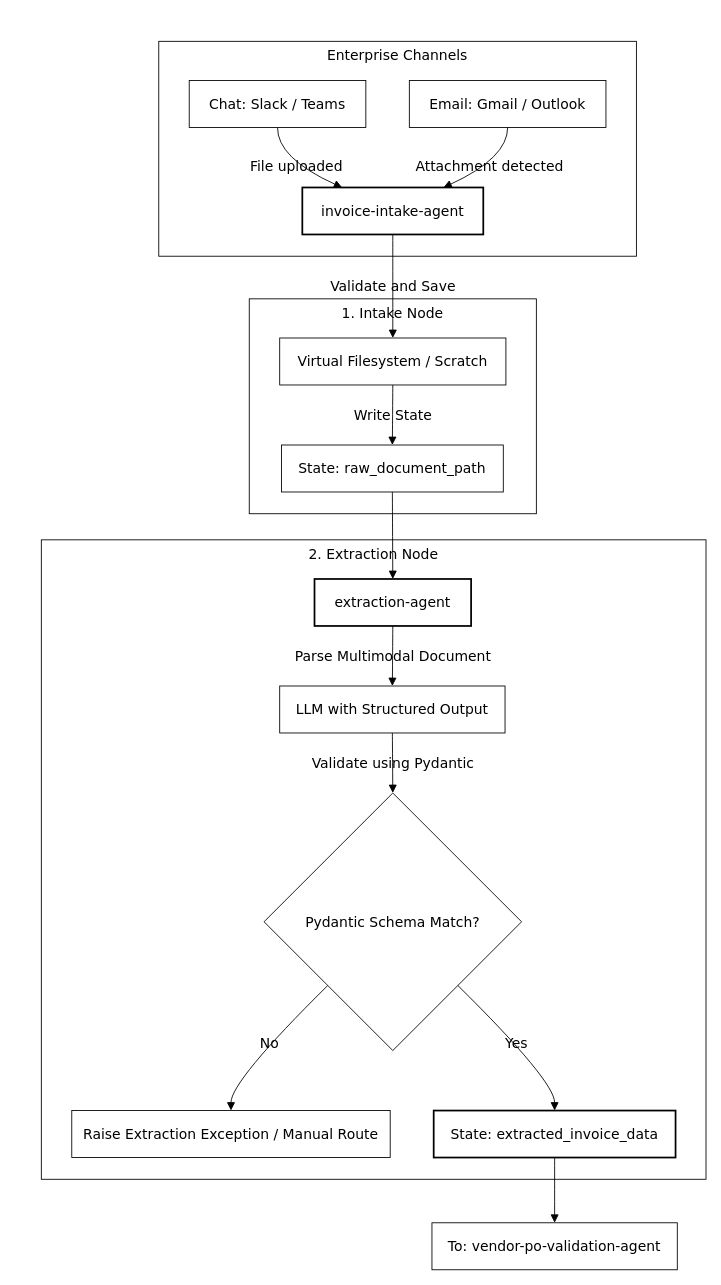
The draw.io diagram Untitled Diagram.drawio in dev-samar/agentic-ap-workforce, before the edit. Source tidied: cells renumbered, new cells numbered last; positions are measured from the earlier drawing's top-left corner, leaving out a move shared by most shapes. Both pictures are drawn from the tidied source at 87%, with x=0, y=0 at pixel (15, 15).
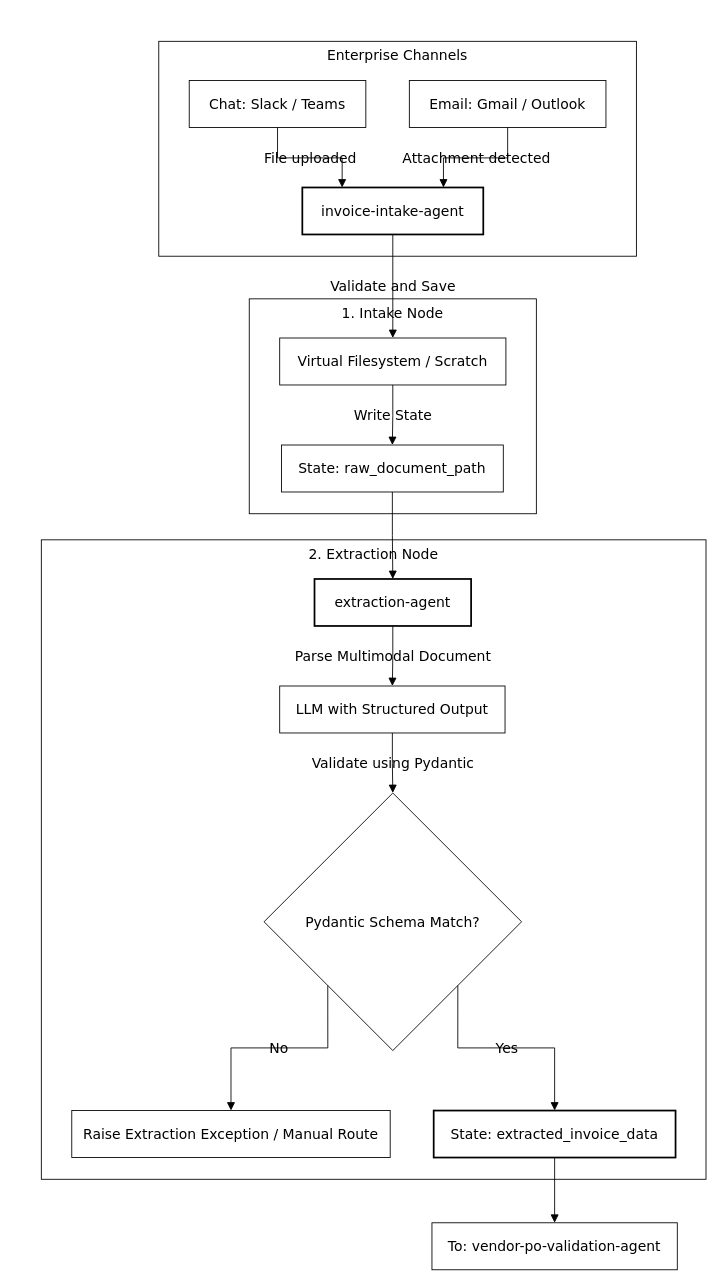
After the change.

Unchanged cells that the change refers to:
```xml
<mxCell id="2" style="group;transparentBounds=1;editIcon=1;lockedGroup=0;groupPadding=10;noLabel=0;labelBackgroundColor=none;" parent="1" vertex="1">
  <mxGeometry as="geometry" />
</mxCell>
<mxCell id="3" value="Enterprise Channels" style="html=1;whiteSpace=wrap;strokeWidth=1;verticalAlign=top;fontFamily=Trebuchet MS,Verdana,Arial,sans-serif;fontSize=16;labelBackgroundColor=none;" parent="2" vertex="1">
  <mxGeometry x="165" y="30" width="549" height="247" as="geometry" />
</mxCell>
<mxCell id="4" value="Email: Gmail / Outlook" style="html=1;whiteSpace=wrap;strokeWidth=1;fontFamily=Trebuchet MS,Verdana,Arial,sans-serif;fontSize=16;labelBackgroundColor=none;" parent="3" vertex="1">
  <mxGeometry x="288" y="45" width="226" height="54" as="geometry" />
</mxCell>
<mxCell id="5" value="invoice-intake-agent" style="html=1;whiteSpace=wrap;strokeWidth=2;fontFamily=Trebuchet MS,Verdana,Arial,sans-serif;fontSize=16;labelBackgroundColor=none;" parent="3" vertex="1">
  <mxGeometry x="165" y="168" width="208" height="54" as="geometry" />
</mxCell>
<mxCell id="6" value="Chat: Slack / Teams" style="html=1;whiteSpace=wrap;strokeWidth=1;fontFamily=Trebuchet MS,Verdana,Arial,sans-serif;fontSize=16;labelBackgroundColor=none;" parent="3" vertex="1">
  <mxGeometry x="35" y="45" width="203" height="54" as="geometry" />
</mxCell>
<mxCell id="9" value="1. Intake Node" style="html=1;whiteSpace=wrap;strokeWidth=1;verticalAlign=top;fontFamily=Trebuchet MS,Verdana,Arial,sans-serif;fontSize=16;labelBackgroundColor=none;" parent="2" vertex="1">
  <mxGeometry x="269" y="326" width="330" height="247" as="geometry" />
</mxCell>
<mxCell id="10" value="Virtual Filesystem / Scratch" style="html=1;whiteSpace=wrap;strokeWidth=1;fontFamily=Trebuchet MS,Verdana,Arial,sans-serif;fontSize=16;labelBackgroundColor=none;" parent="9" vertex="1">
  <mxGeometry x="35" y="45" width="260" height="54" as="geometry" />
</mxCell>
<mxCell id="11" value="State: raw_document_path" style="html=1;whiteSpace=wrap;strokeWidth=1;fontFamily=Trebuchet MS,Verdana,Arial,sans-serif;fontSize=16;labelBackgroundColor=none;" parent="9" vertex="1">
  <mxGeometry x="37" y="168" width="255" height="54" as="geometry" />
</mxCell>
<mxCell id="13" value="2. Extraction Node" style="html=1;whiteSpace=wrap;strokeWidth=1;verticalAlign=top;fontFamily=Trebuchet MS,Verdana,Arial,sans-serif;fontSize=16;labelBackgroundColor=none;" parent="2" vertex="1">
  <mxGeometry x="30" y="603" width="764" height="735" as="geometry" />
</mxCell>
<mxCell id="14" value="extraction-agent" style="html=1;whiteSpace=wrap;strokeWidth=2;fontFamily=Trebuchet MS,Verdana,Arial,sans-serif;fontSize=16;labelBackgroundColor=none;" parent="13" vertex="1">
  <mxGeometry x="314" y="45" width="180" height="54" as="geometry" />
</mxCell>
<mxCell id="15" value="LLM with Structured Output" style="html=1;whiteSpace=wrap;strokeWidth=1;fontFamily=Trebuchet MS,Verdana,Arial,sans-serif;fontSize=16;labelBackgroundColor=none;" parent="13" vertex="1">
  <mxGeometry x="274" y="168" width="259" height="54" as="geometry" />
</mxCell>
<mxCell id="16" value="Pydantic Schema Match?" style="rhombus;html=1;strokeWidth=1;whiteSpace=wrap;fontFamily=Trebuchet MS,Verdana,Arial,sans-serif;fontSize=16;labelBackgroundColor=none;" parent="13" vertex="1">
  <mxGeometry x="256" y="291" width="296" height="296" as="geometry" />
</mxCell>
<mxCell id="17" value="State: extracted_invoice_data" style="html=1;whiteSpace=wrap;strokeWidth=2;fontFamily=Trebuchet MS,Verdana,Arial,sans-serif;fontSize=16;labelBackgroundColor=none;" parent="13" vertex="1">
  <mxGeometry x="451" y="656" width="278" height="54" as="geometry" />
</mxCell>
<mxCell id="18" value="Raise Extraction Exception / Manual Route" style="html=1;whiteSpace=wrap;strokeWidth=1;fontFamily=Trebuchet MS,Verdana,Arial,sans-serif;fontSize=16;labelBackgroundColor=none;" parent="13" vertex="1">
  <mxGeometry x="35" y="656" width="366" height="54" as="geometry" />
</mxCell>
<mxCell id="23" value="To: vendor-po-validation-agent" style="html=1;whiteSpace=wrap;strokeWidth=1;fontFamily=Trebuchet MS,Verdana,Arial,sans-serif;fontSize=16;labelBackgroundColor=none;" parent="2" vertex="1">
  <mxGeometry x="479" y="1388" width="282" height="54" as="geometry" />
</mxCell>
```

The edit, as a diff of the source:
```diff
@@
-    <mxCell id="7" value="Attachment detected" style="curved=1;startArrow=none;endArrow=block;endSize=7;html=1;fontSize=16;labelBackgroundColor=none;fontFamily=Trebuchet MS,Verdana,Arial,sans-serif;fontColor=default;exitX=0.5;exitY=1;entryX=0.78;entryY=0;rounded=0;" parent="3" edge="1" source="4" target="5">
+    <mxCell id="7" value="Attachment detected" style="curved=0;startArrow=none;endArrow=block;endSize=7;html=1;fontSize=16;labelBackgroundColor=none;fontFamily=Trebuchet MS,Verdana,Arial,sans-serif;fontColor=default;exitX=0.5;exitY=1;entryX=0.78;entryY=0;rounded=0;edgeStyle=orthogonalEdgeStyle;" parent="3" edge="1" source="4" target="5">
       <mxGeometry relative="1" as="geometry">
         <Array as="points">
           <mxPoint x="401" y="134" />
+          <mxPoint x="327" y="134" />
         </Array>
       </mxGeometry>
     </mxCell>
-    <mxCell id="8" value="File uploaded" style="curved=1;startArrow=none;endArrow=block;endSize=7;html=1;fontSize=16;labelBackgroundColor=none;fontFamily=Trebuchet MS,Verdana,Arial,sans-serif;fontColor=default;exitX=0.5;exitY=1;entryX=0.22;entryY=0;rounded=0;" parent="3" edge="1" source="6" target="5">
+    <mxCell id="8" value="File uploaded" style="curved=0;startArrow=none;endArrow=block;endSize=7;html=1;fontSize=16;labelBackgroundColor=none;fontFamily=Trebuchet MS,Verdana,Arial,sans-serif;fontColor=default;exitX=0.5;exitY=1;entryX=0.22;entryY=0;rounded=0;edgeStyle=orthogonalEdgeStyle;" parent="3" edge="1" source="6" target="5">
       <mxGeometry relative="1" as="geometry">
         <Array as="points">
-          <mxPoint x="136" y="134" />
+          <mxPoint x="137" y="134" />
+          <mxPoint x="211" y="134" />
         </Array>
       </mxGeometry>
     </mxCell>
@@
-    <mxCell id="12" value="Write State" style="curved=1;startArrow=none;endArrow=block;endSize=7;html=1;fontSize=16;labelBackgroundColor=none;fontFamily=Trebuchet MS,Verdana,Arial,sans-serif;fontColor=default;exitX=0.5;exitY=1;entryX=0.5;entryY=0;rounded=0;" parent="9" edge="1" source="10" target="11">
-      <mxGeometry relative="1" as="geometry" />
+    <mxCell id="12" value="Write State" style="curved=0;startArrow=none;endArrow=block;endSize=7;html=1;fontSize=16;labelBackgroundColor=none;fontFamily=Trebuchet MS,Verdana,Arial,sans-serif;fontColor=default;exitX=0.5;exitY=1;entryX=0.5;entryY=0;rounded=0;edgeStyle=orthogonalEdgeStyle;" parent="9" edge="1" source="10" target="11">
+      <mxGeometry relative="1" as="geometry">
+        <Array as="points">
+          <mxPoint x="165" y="134" />
+          <mxPoint x="165" y="134" />
+        </Array>
+      </mxGeometry>
     </mxCell>
@@
-    <mxCell id="19" value="Parse Multimodal Document" style="curved=1;startArrow=none;endArrow=block;endSize=7;html=1;fontSize=16;labelBackgroundColor=none;fontFamily=Trebuchet MS,Verdana,Arial,sans-serif;fontColor=default;exitX=0.5;exitY=1;entryX=0.5;entryY=0;rounded=0;" parent="13" edge="1" source="14" target="15">
-      <mxGeometry relative="1" as="geometry" />
+    <mxCell id="19" value="Parse Multimodal Document" style="curved=0;startArrow=none;endArrow=block;endSize=7;html=1;fontSize=16;labelBackgroundColor=none;fontFamily=Trebuchet MS,Verdana,Arial,sans-serif;fontColor=default;exitX=0.5;exitY=1;entryX=0.5;entryY=0;rounded=0;edgeStyle=orthogonalEdgeStyle;" parent="13" edge="1" source="14" target="15">
+      <mxGeometry relative="1" as="geometry">
+        <Array as="points">
+          <mxPoint x="404" y="134" />
+          <mxPoint x="404" y="134" />
+        </Array>
+      </mxGeometry>
     </mxCell>
-    <mxCell id="20" value="Validate using Pydantic" style="curved=1;startArrow=none;endArrow=block;endSize=7;html=1;fontSize=16;labelBackgroundColor=none;fontFamily=Trebuchet MS,Verdana,Arial,sans-serif;fontColor=default;exitX=0.5;exitY=1;entryX=0.5;entryY=0;rounded=0;" parent="13" edge="1" source="15" target="16">
-      <mxGeometry relative="1" as="geometry" />
+    <mxCell id="20" value="Validate using Pydantic" style="curved=0;startArrow=none;endArrow=block;endSize=7;html=1;fontSize=16;labelBackgroundColor=none;fontFamily=Trebuchet MS,Verdana,Arial,sans-serif;fontColor=default;exitX=0.5;exitY=1;entryX=0.5;entryY=0;rounded=0;edgeStyle=orthogonalEdgeStyle;" parent="13" edge="1" source="15" target="16">
+      <mxGeometry relative="1" as="geometry">
+        <Array as="points">
+          <mxPoint x="404" y="257" />
+          <mxPoint x="404" y="257" />
+        </Array>
+      </mxGeometry>
     </mxCell>
-    <mxCell id="21" value="Yes" style="curved=1;startArrow=none;endArrow=block;endSize=7;html=1;fontSize=16;labelBackgroundColor=none;fontFamily=Trebuchet MS,Verdana,Arial,sans-serif;fontColor=default;exitX=1;exitY=0.99;entryX=0.5;entryY=0;rounded=0;" parent="13" edge="1" source="16" target="17">
+    <mxCell id="21" value="Yes" style="curved=0;startArrow=none;endArrow=block;endSize=7;html=1;fontSize=16;labelBackgroundColor=none;fontFamily=Trebuchet MS,Verdana,Arial,sans-serif;fontColor=default;exitX=1;exitY=0.99;entryX=0.5;entryY=0;rounded=0;edgeStyle=orthogonalEdgeStyle;" parent="13" edge="1" source="16" target="17">
       <mxGeometry relative="1" as="geometry">
         <Array as="points">
-          <mxPoint x="590" y="622" />
+          <mxPoint x="590" y="584" />
         </Array>
       </mxGeometry>
     </mxCell>
-    <mxCell id="22" value="No" style="curved=1;startArrow=none;endArrow=block;endSize=7;html=1;fontSize=16;labelBackgroundColor=none;fontFamily=Trebuchet MS,Verdana,Arial,sans-serif;fontColor=default;exitX=0;exitY=0.99;entryX=0.5;entryY=0;rounded=0;" parent="13" edge="1" source="16" target="18">
+    <mxCell id="22" value="No" style="curved=0;startArrow=none;endArrow=block;endSize=7;html=1;fontSize=16;labelBackgroundColor=none;fontFamily=Trebuchet MS,Verdana,Arial,sans-serif;fontColor=default;exitX=0;exitY=0.99;entryX=0.5;entryY=0;rounded=0;edgeStyle=orthogonalEdgeStyle;" parent="13" edge="1" source="16" target="18">
       <mxGeometry relative="1" as="geometry">
         <Array as="points">
-          <mxPoint x="218" y="622" />
+          <mxPoint x="218" y="584" />
         </Array>
       </mxGeometry>
     </mxCell>
@@
-    <mxCell id="24" value="Validate and Save" style="curved=1;startArrow=none;endArrow=block;endSize=7;html=1;fontSize=16;labelBackgroundColor=none;fontFamily=Trebuchet MS,Verdana,Arial,sans-serif;fontColor=default;exitX=0.5;exitY=1;entryX=0.5;entryY=0;rounded=0;" parent="2" edge="1" source="5" target="10">
+    <mxCell id="24" value="Validate and Save" style="curved=0;startArrow=none;endArrow=block;endSize=7;html=1;fontSize=16;labelBackgroundColor=none;fontFamily=Trebuchet MS,Verdana,Arial,sans-serif;fontColor=default;exitX=0.5;exitY=1;entryX=0.5;entryY=0;rounded=0;edgeStyle=orthogonalEdgeStyle;" parent="2" edge="1" source="5" target="10">
       <mxGeometry relative="1" as="geometry" />
     </mxCell>
-    <mxCell id="25" style="curved=1;startArrow=none;endArrow=block;endSize=7;exitX=0.5;exitY=1;entryX=0.5;entryY=0;rounded=0;labelBackgroundColor=none;fontColor=default;" parent="2" edge="1" source="11" target="14">
-      <mxGeometry relative="1" as="geometry" />
+    <mxCell id="25" style="curved=0;startArrow=none;endArrow=block;endSize=7;exitX=0.5;exitY=1;entryX=0.5;entryY=0;rounded=0;labelBackgroundColor=none;fontColor=default;edgeStyle=orthogonalEdgeStyle;" parent="2" edge="1" source="11" target="14">
+      <mxGeometry relative="1" as="geometry">
+        <Array as="points">
+          <mxPoint x="434" y="598" />
+          <mxPoint x="434" y="598" />
+        </Array>
+      </mxGeometry>
     </mxCell>
-    <mxCell id="26" style="curved=1;startArrow=none;endArrow=block;endSize=7;exitX=0.5;exitY=1;entryX=0.5;entryY=0;rounded=0;labelBackgroundColor=none;fontColor=default;" parent="2" edge="1" source="17" target="23">
+    <mxCell id="26" style="curved=0;startArrow=none;endArrow=block;endSize=7;exitX=0.5;exitY=1;entryX=0.5;entryY=0;rounded=0;labelBackgroundColor=none;fontColor=default;edgeStyle=orthogonalEdgeStyle;" parent="2" edge="1" source="17" target="23">
       <mxGeometry relative="1" as="geometry" />
     </mxCell>
```
